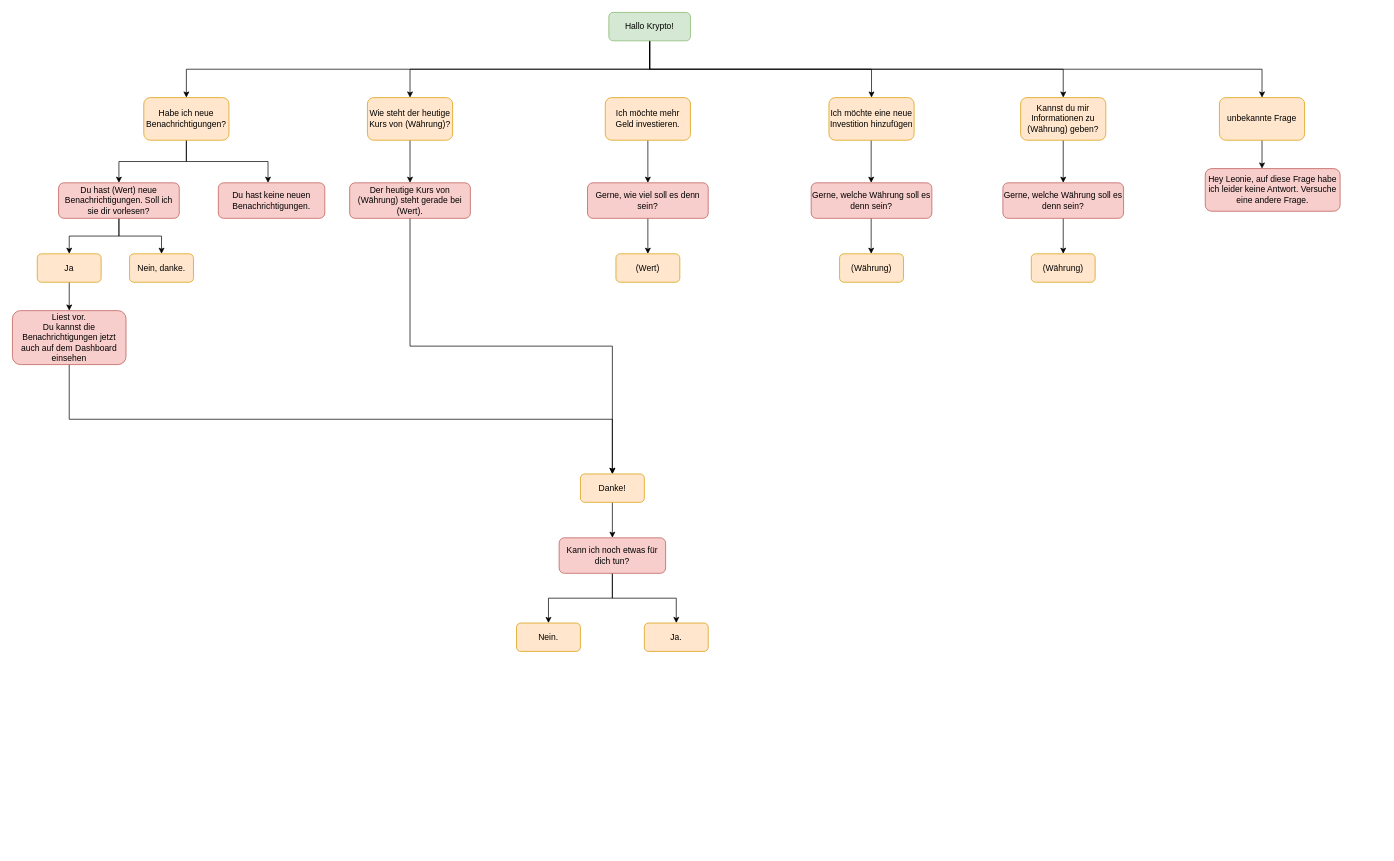
Before: Untitled Diagram.drawio in LeonieSchwall/IFD, a draw.io diagram. Source tidied: cells renumbered, new cells numbered last; positions are measured from the earlier drawing's top-left corner, leaving out a move shared by most shapes. Both pictures are drawn from the tidied source at 71%, with x=0, y=0 at pixel (12, 12).
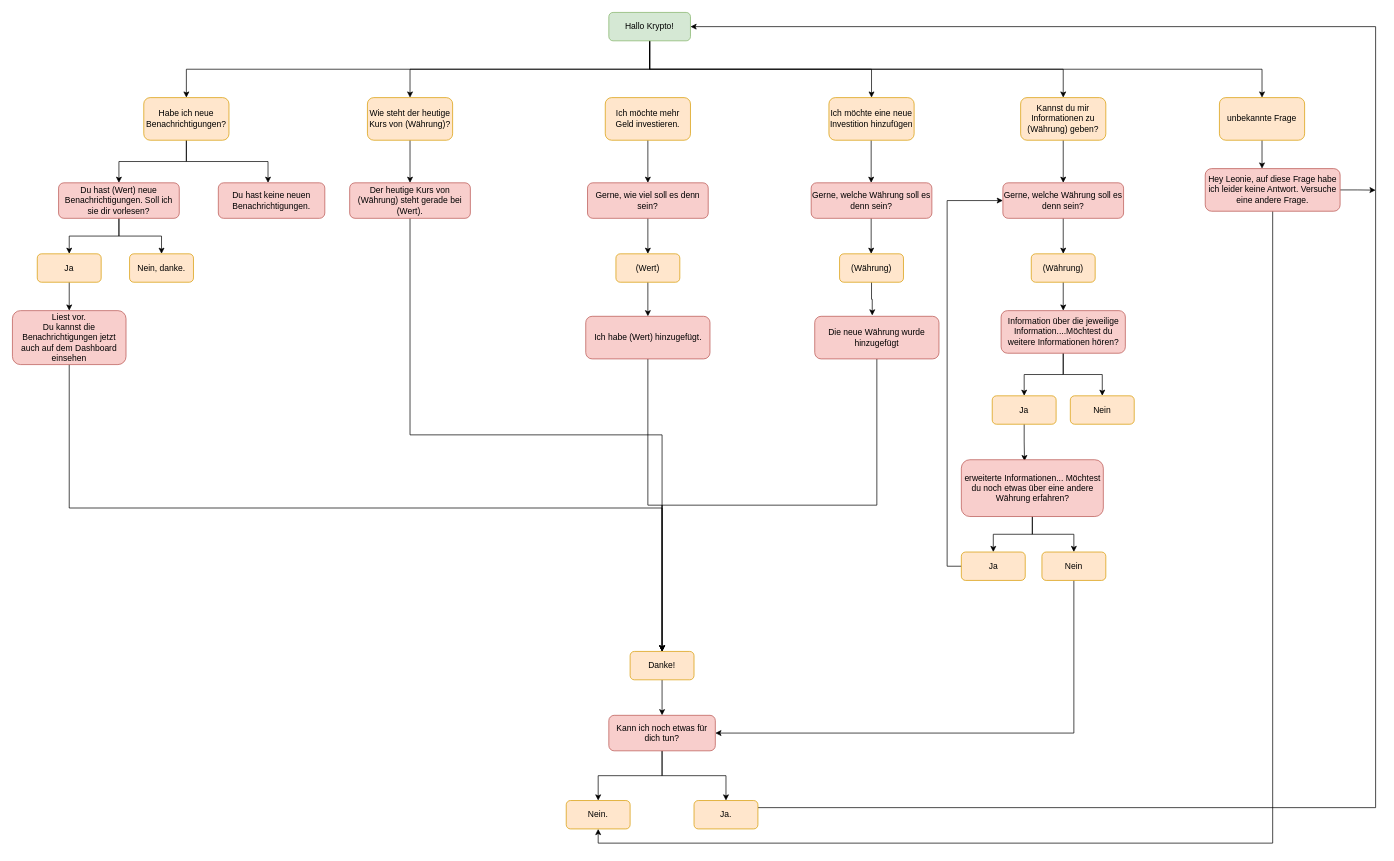
After the change.

Unchanged cells that the change refers to:
```xml
<mxCell id="7" value="Hallo Krypto!" style="rounded=1;whiteSpace=wrap;html=1;fontSize=12;glass=0;strokeWidth=1;shadow=0;fillColor=#d5e8d4;strokeColor=#82b366;" parent="1" vertex="1">
  <mxGeometry x="840" width="115" height="40" as="geometry" />
</mxCell>
<mxCell id="10" value="Hey Leonie, auf diese Frage habe ich leider keine Antwort. Versuche eine andere Frage." style="rounded=1;whiteSpace=wrap;html=1;fillColor=#f8cecc;strokeColor=#b85450;" parent="1" vertex="1">
  <mxGeometry x="1680" y="220" width="190" height="60" as="geometry" />
</mxCell>
<mxCell id="40" value="(Währung)" style="rounded=1;whiteSpace=wrap;html=1;fillColor=#ffe6cc;strokeColor=#d79b00;" parent="1" vertex="1">
  <mxGeometry x="1165" y="340" width="90" height="40" as="geometry" />
</mxCell>
<mxCell id="42" value="Gerne, welche Währung soll es denn sein?" style="rounded=1;whiteSpace=wrap;html=1;fillColor=#f8cecc;strokeColor=#b85450;" parent="1" vertex="1">
  <mxGeometry x="1395" y="240" width="170" height="50" as="geometry" />
</mxCell>
<mxCell id="43" value="(Währung)" style="rounded=1;whiteSpace=wrap;html=1;fillColor=#ffe6cc;strokeColor=#d79b00;" parent="1" vertex="1">
  <mxGeometry x="1435" y="340" width="90" height="40" as="geometry" />
</mxCell>
<mxCell id="48" value="(Wert)" style="rounded=1;whiteSpace=wrap;html=1;fillColor=#ffe6cc;strokeColor=#d79b00;" parent="1" vertex="1">
  <mxGeometry x="850" y="340" width="90" height="40" as="geometry" />
</mxCell>
```

Change to the diagram source:
```diff
@@
+    <mxCell id="49" style="edgeStyle=orthogonalEdgeStyle;rounded=0;jettySize=auto;html=1;exitX=1;exitY=0.5;exitDx=0;exitDy=0;" parent="1" edge="1" source="10">
+      <mxGeometry relative="1" as="geometry">
+        <mxPoint x="1920" y="250.3" as="targetPoint" />
+      </mxGeometry>
+    </mxCell>
+    <mxCell id="50" style="edgeStyle=orthogonalEdgeStyle;rounded=0;jettySize=auto;html=1;exitX=0.5;exitY=1;exitDx=0;exitDy=0;entryX=0.5;entryY=1;entryDx=0;entryDy=0;" parent="1" edge="1" source="10" target="34">
+      <mxGeometry relative="1" as="geometry" />
+    </mxCell>
@@
     <mxCell id="30" value="Danke!" style="rounded=1;whiteSpace=wrap;html=1;fillColor=#ffe6cc;strokeColor=#d79b00;" parent="1" vertex="1">
-      <mxGeometry x="800" y="650" width="90" height="40" as="geometry" />
+      <mxGeometry x="870" y="900" width="90" height="40" as="geometry" />
     </mxCell>
@@
     <mxCell id="33" value="Kann ich noch etwas für dich tun?" style="rounded=1;whiteSpace=wrap;html=1;fillColor=#f8cecc;strokeColor=#b85450;" parent="1" vertex="1">
-      <mxGeometry x="770" y="740" width="150" height="50" as="geometry" />
+      <mxGeometry x="840" y="990" width="150" height="50" as="geometry" />
     </mxCell>
     <mxCell id="34" value="Nein." style="rounded=1;whiteSpace=wrap;html=1;fillColor=#ffe6cc;strokeColor=#d79b00;" parent="1" vertex="1">
-      <mxGeometry x="710" y="860" width="90" height="40" as="geometry" />
+      <mxGeometry x="780" y="1110" width="90" height="40" as="geometry" />
     </mxCell>
+    <mxCell id="51" style="edgeStyle=orthogonalEdgeStyle;rounded=0;jettySize=auto;html=1;exitX=1;exitY=0.25;exitDx=0;exitDy=0;entryX=1;entryY=0.5;entryDx=0;entryDy=0;" parent="1" edge="1" source="35" target="7">
+      <mxGeometry relative="1" as="geometry">
+        <Array as="points">
+          <mxPoint x="1920" y="1120" />
+          <mxPoint x="1920" y="20" />
+        </Array>
+      </mxGeometry>
+    </mxCell>
     <mxCell id="35" value="Ja." style="rounded=1;whiteSpace=wrap;html=1;fillColor=#ffe6cc;strokeColor=#d79b00;" parent="1" vertex="1">
-      <mxGeometry x="890" y="860" width="90" height="40" as="geometry" />
+      <mxGeometry x="960" y="1110" width="90" height="40" as="geometry" />
     </mxCell>
@@
+    <mxCell id="52" style="edgeStyle=orthogonalEdgeStyle;rounded=0;jettySize=auto;html=1;exitX=0.5;exitY=1;exitDx=0;exitDy=0;entryX=0.463;entryY=-0.02;entryDx=0;entryDy=0;entryPerimeter=0;" parent="1" edge="1" source="40" target="69">
+      <mxGeometry relative="1" as="geometry" />
+    </mxCell>
@@
+    <mxCell id="53" style="edgeStyle=orthogonalEdgeStyle;rounded=0;jettySize=auto;html=1;exitX=0.5;exitY=1;exitDx=0;exitDy=0;entryX=0.5;entryY=0;entryDx=0;entryDy=0;" parent="1" edge="1" source="43" target="57">
+      <mxGeometry relative="1" as="geometry" />
+    </mxCell>
@@
+    <mxCell id="54" style="edgeStyle=orthogonalEdgeStyle;rounded=0;jettySize=auto;html=1;exitX=0.5;exitY=1;exitDx=0;exitDy=0;" parent="1" edge="1" source="48" target="71">
+      <mxGeometry relative="1" as="geometry" />
+    </mxCell>
@@
+    <mxCell id="55" style="edgeStyle=orthogonalEdgeStyle;rounded=0;jettySize=auto;html=1;exitX=0.5;exitY=1;exitDx=0;exitDy=0;entryX=0.5;entryY=0;entryDx=0;entryDy=0;" parent="1" edge="1" source="57" target="59">
+      <mxGeometry relative="1" as="geometry" />
+    </mxCell>
+    <mxCell id="56" style="edgeStyle=orthogonalEdgeStyle;rounded=0;jettySize=auto;html=1;exitX=0.5;exitY=1;exitDx=0;exitDy=0;entryX=0.5;entryY=0;entryDx=0;entryDy=0;" parent="1" edge="1" source="57" target="60">
+      <mxGeometry relative="1" as="geometry" />
+    </mxCell>
+    <mxCell id="57" value="Information über die jeweilige Information....Möchtest du weitere Informationen hören?" style="rounded=1;whiteSpace=wrap;html=1;fillColor=#f8cecc;strokeColor=#b85450;" parent="1" vertex="1">
+      <mxGeometry x="1392.5" y="420" width="175" height="60" as="geometry" />
+    </mxCell>
+    <mxCell id="58" style="edgeStyle=orthogonalEdgeStyle;rounded=0;jettySize=auto;html=1;exitX=0.5;exitY=1;exitDx=0;exitDy=0;entryX=0.445;entryY=0.025;entryDx=0;entryDy=0;entryPerimeter=0;" parent="1" edge="1" source="59" target="63">
+      <mxGeometry relative="1" as="geometry" />
+    </mxCell>
+    <mxCell id="59" value="Ja" style="rounded=1;whiteSpace=wrap;html=1;fillColor=#ffe6cc;strokeColor=#d79b00;" parent="1" vertex="1">
+      <mxGeometry x="1380" y="540" width="90" height="40" as="geometry" />
+    </mxCell>
+    <mxCell id="60" value="Nein" style="rounded=1;whiteSpace=wrap;html=1;fillColor=#ffe6cc;strokeColor=#d79b00;" parent="1" vertex="1">
+      <mxGeometry x="1490" y="540" width="90" height="40" as="geometry" />
+    </mxCell>
+    <mxCell id="61" style="edgeStyle=orthogonalEdgeStyle;rounded=0;jettySize=auto;html=1;exitX=0.5;exitY=1;exitDx=0;exitDy=0;entryX=0.5;entryY=0;entryDx=0;entryDy=0;" parent="1" edge="1" source="63" target="65">
+      <mxGeometry relative="1" as="geometry" />
+    </mxCell>
+    <mxCell id="62" style="edgeStyle=orthogonalEdgeStyle;rounded=0;jettySize=auto;html=1;exitX=0.5;exitY=1;exitDx=0;exitDy=0;entryX=0.5;entryY=0;entryDx=0;entryDy=0;" parent="1" edge="1" source="63" target="67">
+      <mxGeometry relative="1" as="geometry" />
+    </mxCell>
+    <mxCell id="63" value="erweiterte Informationen... Möchtest du noch etwas über eine andere Währung erfahren?" style="rounded=1;whiteSpace=wrap;html=1;fillColor=#f8cecc;strokeColor=#b85450;" parent="1" vertex="1">
+      <mxGeometry x="1336.5" y="630" width="200" height="80" as="geometry" />
+    </mxCell>
+    <mxCell id="64" style="edgeStyle=orthogonalEdgeStyle;rounded=0;jettySize=auto;html=1;exitX=0;exitY=0.5;exitDx=0;exitDy=0;entryX=0;entryY=0.5;entryDx=0;entryDy=0;" parent="1" edge="1" source="65" target="42">
+      <mxGeometry relative="1" as="geometry" />
+    </mxCell>
+    <mxCell id="65" value="Ja" style="rounded=1;whiteSpace=wrap;html=1;fillColor=#ffe6cc;strokeColor=#d79b00;" parent="1" vertex="1">
+      <mxGeometry x="1336.5" y="760" width="90" height="40" as="geometry" />
+    </mxCell>
+    <mxCell id="66" style="edgeStyle=orthogonalEdgeStyle;rounded=0;jettySize=auto;html=1;exitX=0.5;exitY=1;exitDx=0;exitDy=0;entryX=1;entryY=0.5;entryDx=0;entryDy=0;" parent="1" edge="1" source="67" target="33">
+      <mxGeometry relative="1" as="geometry" />
+    </mxCell>
+    <mxCell id="67" value="Nein" style="rounded=1;whiteSpace=wrap;html=1;fillColor=#ffe6cc;strokeColor=#d79b00;" parent="1" vertex="1">
+      <mxGeometry x="1450" y="760" width="90" height="40" as="geometry" />
+    </mxCell>
+    <mxCell id="68" style="edgeStyle=orthogonalEdgeStyle;rounded=0;jettySize=auto;html=1;exitX=0.5;exitY=1;exitDx=0;exitDy=0;entryX=0.5;entryY=0;entryDx=0;entryDy=0;" parent="1" edge="1" source="69" target="30">
+      <mxGeometry relative="1" as="geometry" />
+    </mxCell>
+    <mxCell id="69" value="Die neue Währung wurde hinzugefügt" style="rounded=1;whiteSpace=wrap;html=1;fillColor=#f8cecc;strokeColor=#b85450;" parent="1" vertex="1">
+      <mxGeometry x="1130" y="428" width="175" height="60" as="geometry" />
+    </mxCell>
+    <mxCell id="70" style="edgeStyle=orthogonalEdgeStyle;rounded=0;jettySize=auto;html=1;exitX=0.5;exitY=1;exitDx=0;exitDy=0;entryX=0.5;entryY=0;entryDx=0;entryDy=0;" parent="1" edge="1" source="71" target="30">
+      <mxGeometry relative="1" as="geometry" />
+    </mxCell>
+    <mxCell id="71" value="Ich habe (Wert) hinzugefügt." style="rounded=1;whiteSpace=wrap;html=1;fillColor=#f8cecc;strokeColor=#b85450;" parent="1" vertex="1">
+      <mxGeometry x="807.5" y="428" width="175" height="60" as="geometry" />
+    </mxCell>
```
